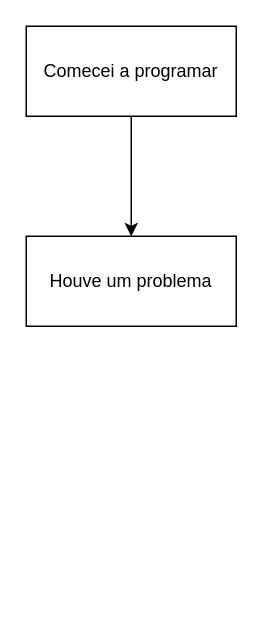
Earlier version of the draw.io diagram diagrams/Diagrama sem nome.drawio (geangontijo/software-workflow). Source tidied: cells renumbered, new cells numbered last; positions are measured from the earlier drawing's top-left corner, leaving out a move shared by most shapes. Both pictures are drawn from the tidied source at 150%, with x=0, y=0 at pixel (26, 26).
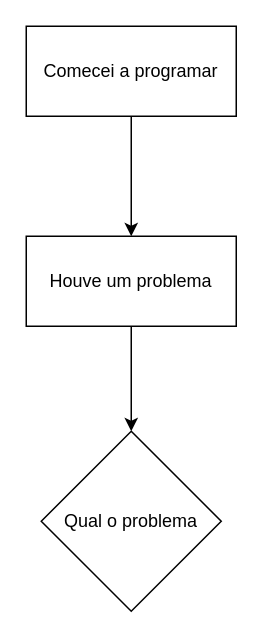
The same page after the edit.

Diff of the diagram source:
```diff
@@
 <mxGraphModel>
   <root>
     <mxCell id="0" />
     <mxCell id="1" parent="0" />
     <mxCell id="2" style="edgeStyle=orthogonalEdgeStyle;rounded=0;jettySize=auto;html=1;" parent="1" edge="1" source="3" target="4">
       <mxGeometry relative="1" as="geometry" />
     </mxCell>
     <mxCell id="3" value="Comecei a programar" style="rounded=0;whiteSpace=wrap;html=1;" parent="1" vertex="1">
       <mxGeometry width="140" height="60" as="geometry" />
     </mxCell>
+    <mxCell id="5" style="edgeStyle=orthogonalEdgeStyle;rounded=0;jettySize=auto;html=1;" parent="1" edge="1" source="4" target="6">
+      <mxGeometry relative="1" as="geometry" />
+    </mxCell>
     <mxCell id="4" value="Houve um problema" style="whiteSpace=wrap;html=1;rounded=0;" parent="1" vertex="1">
       <mxGeometry y="140" width="140" height="60" as="geometry" />
     </mxCell>
+    <mxCell id="6" value="Qual o problema" style="rhombus;whiteSpace=wrap;html=1;rounded=0;strokeWidth=1;perimeterSpacing=0;" parent="1" vertex="1">
+      <mxGeometry x="10" y="270" width="120" height="120" as="geometry" />
+    </mxCell>
   </root>
 </mxGraphModel>
```
